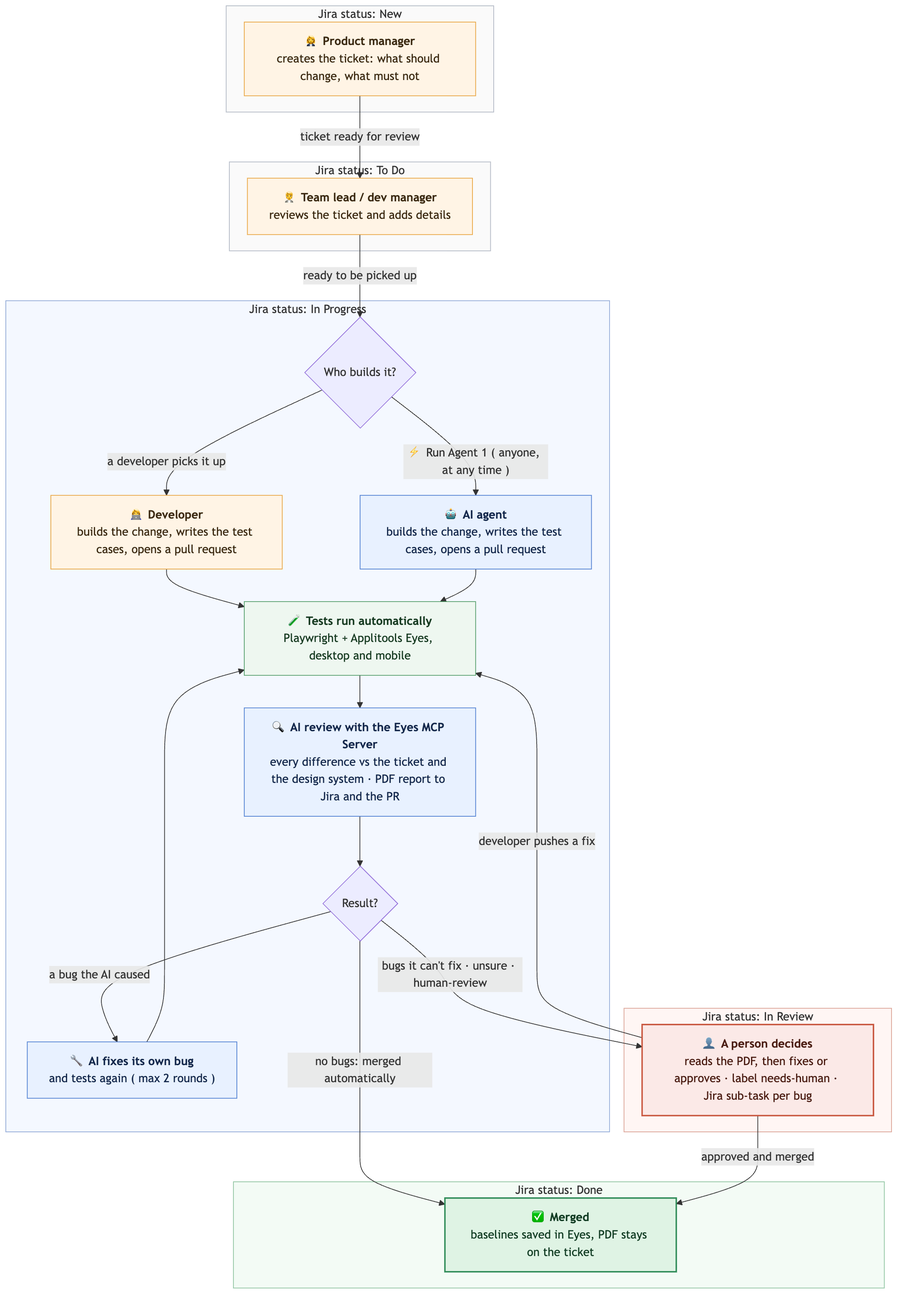
Earlier version of the Mermaid export docs/images/user-flow.png (ssharma007-dev/wikipedia-visual-ci). Its source is kept beside it as docs/images/user-flow.mmd.
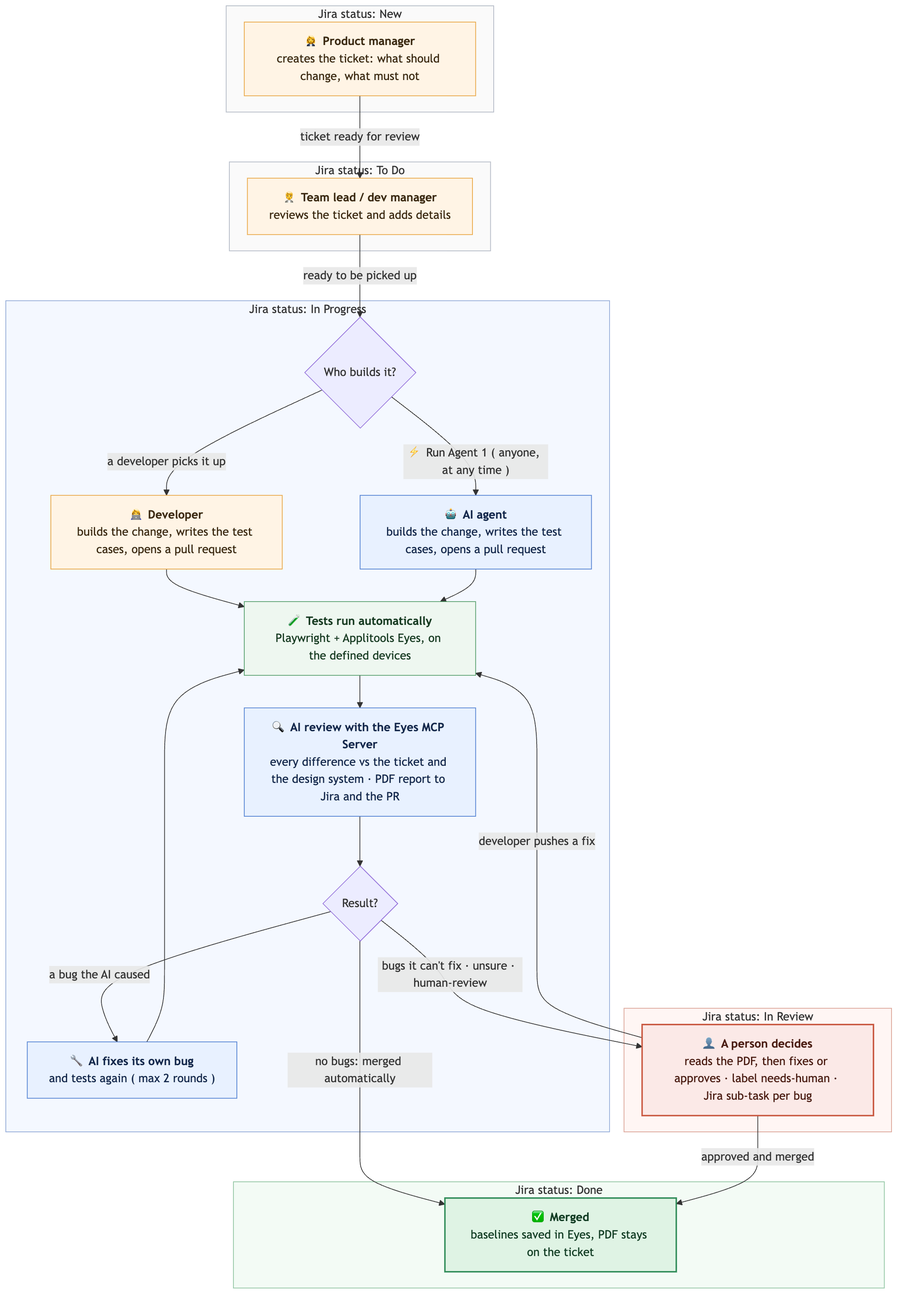
After the change.

Commit message:
Docs: tests run on the defined devices (playwright.config.ts), not a fixed desktop and mobile

The edit, as a diff of the source:
```diff
@@ -10,7 +10,7 @@
         C{"Who builds it?"}
         D["👩‍💻 <b>Developer</b><br/>builds the change, writes the test cases, opens a pull request"]
         E["🤖 <b>AI agent</b><br/>builds the change, writes the test cases, opens a pull request"]
-        F["🧪 <b>Tests run automatically</b><br/>Playwright + Applitools Eyes, desktop and mobile"]
+        F["🧪 <b>Tests run automatically</b><br/>Playwright + Applitools Eyes, on the defined devices"]
         G["🔍 <b>AI review with the Eyes MCP Server</b><br/>every difference vs the ticket and the design system · PDF report to Jira and the PR"]
         H{"Result?"}
         I["🔧 <b>AI fixes its own bug</b><br/>and tests again ( max 2 rounds )"]
```
